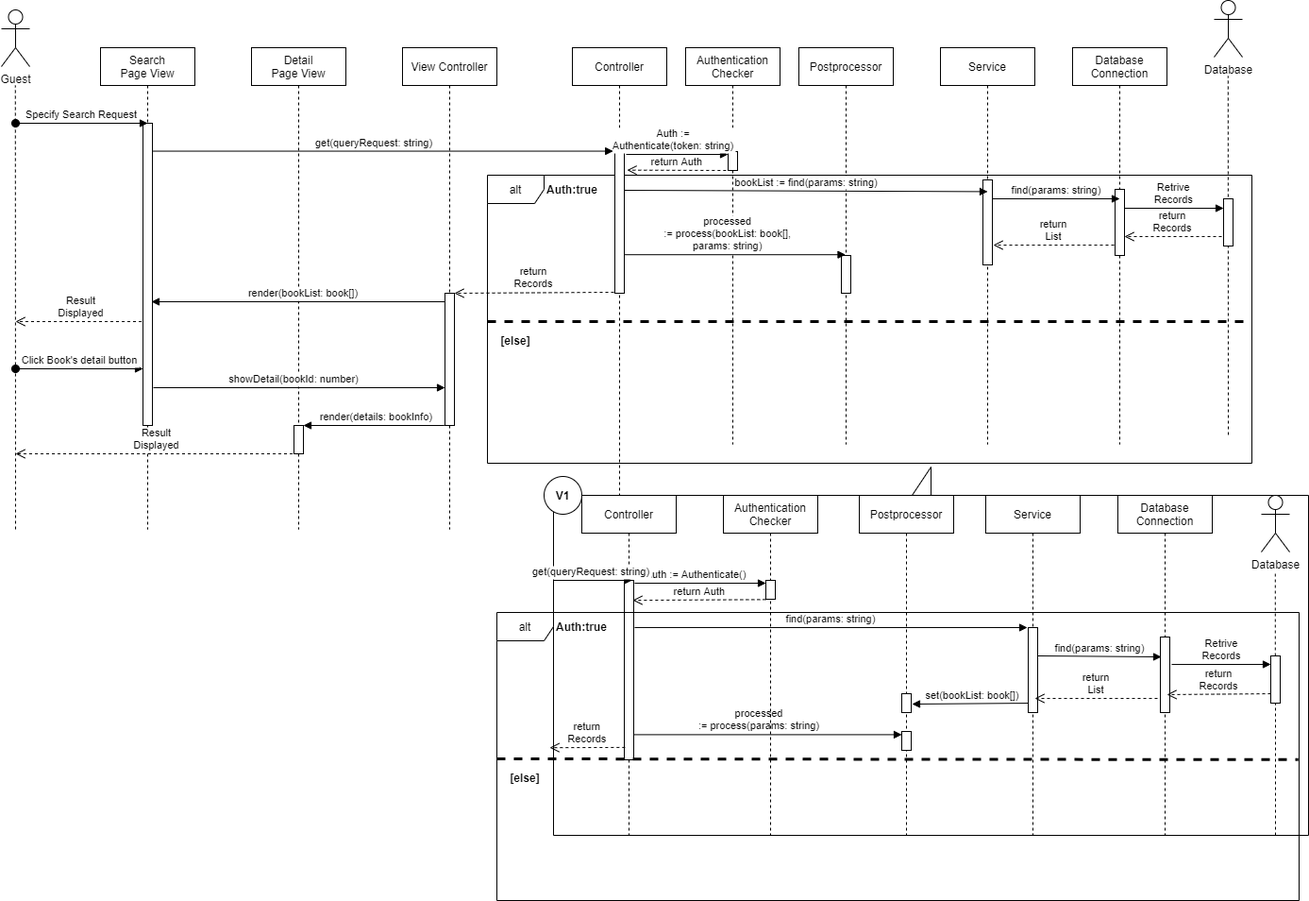
Earlier version of the draw.io export docs/SequenceDiagram/diagram_images/SD-UC-08.png (youngkwon02/Enhanced-library-management). Source tidied: cells renumbered, new cells last; positions are measured from the earlier drawing's top-left corner, leaving out a move shared by most shapes.
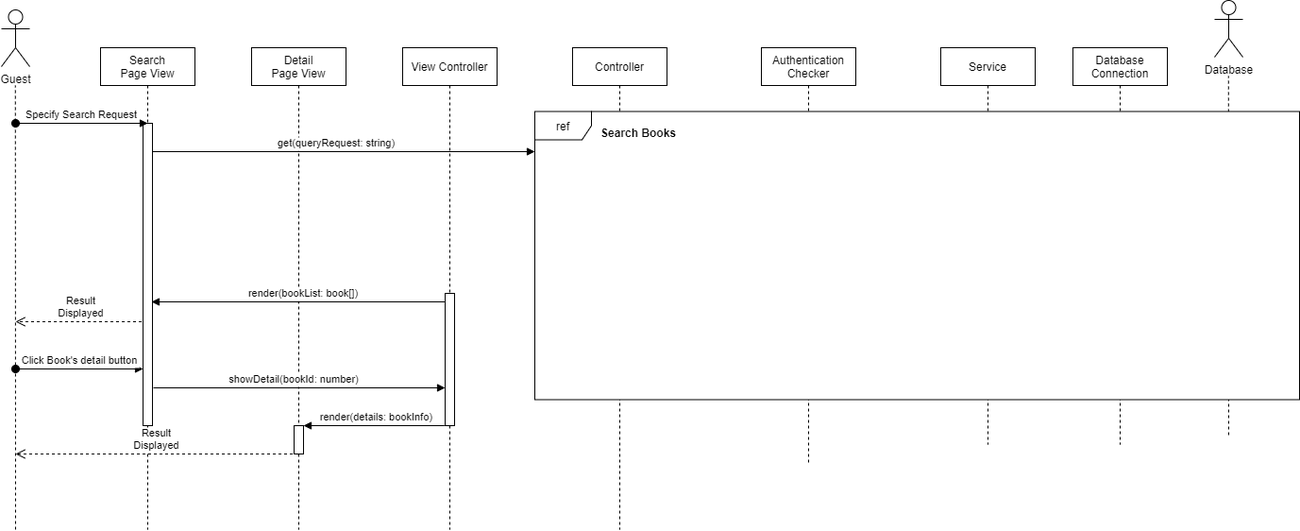
After the change.

Diff of the diagram source:
```diff
@@ -2,55 +2,24 @@
   <root>
     <mxCell id="0" />
     <mxCell id="1" parent="0" />
-    <mxCell id="2" value="alt" style="shape=umlFrame;whiteSpace=wrap;html=1;" parent="1" vertex="1">
-      <mxGeometry x="515" y="185" width="810" height="305" as="geometry" />
-    </mxCell>
+    <mxCell id="10" value="Controller" style="shape=umlLifeline;perimeter=lifelinePerimeter;rounded=0;shadow=0;strokeWidth=1;" parent="1" vertex="1">
+      <mxGeometry x="605" y="50" width="100" height="510" as="geometry" />
+    </mxCell>
     <mxCell id="3" value="Database&#10;Connection" style="shape=umlLifeline;perimeter=lifelinePerimeter;rounded=0;shadow=0;strokeWidth=1;" parent="1" vertex="1">
       <mxGeometry x="1135" y="50" width="100" height="420" as="geometry" />
     </mxCell>
-    <mxCell id="4" style="points=[];perimeter=orthogonalPerimeter;rounded=0;shadow=0;strokeWidth=1;" parent="3" vertex="1">
-      <mxGeometry x="45" y="150" width="10" height="70" as="geometry" />
-    </mxCell>
     <mxCell id="5" value="Service" style="shape=umlLifeline;perimeter=lifelinePerimeter;rounded=0;shadow=0;strokeWidth=1;" parent="1" vertex="1">
       <mxGeometry x="995" y="50" width="100" height="420" as="geometry" />
     </mxCell>
-    <mxCell id="6" style="points=[];perimeter=orthogonalPerimeter;rounded=0;shadow=0;strokeWidth=1;" parent="5" vertex="1">
-      <mxGeometry x="45" y="140" width="10" height="90" as="geometry" />
-    </mxCell>
     <mxCell id="7" value="Authentication&#10;Checker" style="shape=umlLifeline;perimeter=lifelinePerimeter;rounded=0;shadow=0;strokeWidth=1;" parent="1" vertex="1">
-      <mxGeometry x="725" y="50" width="100" height="420" as="geometry" />
+      <mxGeometry x="805" y="50" width="100" height="440" as="geometry" />
     </mxCell>
-    <mxCell id="8" style="perimeter=orthogonalPerimeter;rounded=0;shadow=0;strokeWidth=1;" parent="7" vertex="1">
-      <mxGeometry x="45" y="110" width="10" height="20" as="geometry" />
-    </mxCell>
     <mxCell id="9" value="View Controller" style="shape=umlLifeline;perimeter=lifelinePerimeter;rounded=0;shadow=0;strokeWidth=1;" parent="1" vertex="1">
       <mxGeometry x="425" y="50" width="100" height="510" as="geometry" />
     </mxCell>
-    <mxCell id="10" value="Controller" style="shape=umlLifeline;perimeter=lifelinePerimeter;rounded=0;shadow=0;strokeWidth=1;" parent="1" vertex="1">
-      <mxGeometry x="605" y="50" width="100" height="510" as="geometry" />
-    </mxCell>
-    <mxCell id="11" style="points=[];perimeter=orthogonalPerimeter;rounded=0;shadow=0;strokeWidth=1;" parent="10" vertex="1">
-      <mxGeometry x="45" y="110" width="10" height="150" as="geometry" />
-    </mxCell>
-    <mxCell id="12" value="Postprocessor" style="shape=umlLifeline;perimeter=lifelinePerimeter;rounded=0;shadow=0;strokeWidth=1;" parent="1" vertex="1">
-      <mxGeometry x="845" y="50" width="100" height="420" as="geometry" />
-    </mxCell>
-    <mxCell id="13" style="perimeter=orthogonalPerimeter;rounded=0;shadow=0;strokeWidth=1;" parent="12" vertex="1">
-      <mxGeometry x="45" y="220" width="10" height="40" as="geometry" />
-    </mxCell>
-    <mxCell id="14" value="find(params: string)" style="verticalAlign=bottom;endArrow=block;shadow=0;strokeWidth=1;entryX=-0.1;entryY=0.25;entryDx=0;entryDy=0;entryPerimeter=0;" parent="12" edge="1" source="6">
-      <mxGeometry relative="1" as="geometry">
-        <mxPoint x="340" y="160" as="targetPoint" />
-      </mxGeometry>
-    </mxCell>
     <mxCell id="15" value="Guest" style="shape=umlActor;verticalLabelPosition=bottom;verticalAlign=top;html=1;" parent="1" vertex="1">
       <mxGeometry y="10" width="30" height="60" as="geometry" />
     </mxCell>
-    <mxCell id="16" value="bookList := find(params: string)" style="verticalAlign=bottom;endArrow=block;shadow=0;strokeWidth=1;entryX=0.5;entryY=0.138;entryDx=0;entryDy=0;entryPerimeter=0;" parent="1" edge="1" target="6">
-      <mxGeometry relative="1" as="geometry">
-        <mxPoint x="660" y="201" as="sourcePoint" />
-      </mxGeometry>
-    </mxCell>
     <mxCell id="17" value="Database" style="shape=umlActor;verticalLabelPosition=bottom;verticalAlign=top;html=1;" parent="1" vertex="1">
       <mxGeometry x="1285" width="30" height="60" as="geometry" />
     </mxCell>
@@ -69,96 +38,11 @@
     <mxCell id="20" style="points=[];perimeter=orthogonalPerimeter;rounded=0;shadow=0;strokeWidth=1;" parent="1" vertex="1">
       <mxGeometry x="470" y="310" width="10" height="140" as="geometry" />
     </mxCell>
-    <mxCell id="21" value="Retrive&#10;Records" style="verticalAlign=bottom;endArrow=block;shadow=0;strokeWidth=1;exitX=1.027;exitY=0.324;exitDx=0;exitDy=0;exitPerimeter=0;" parent="1" edge="1">
-      <mxGeometry relative="1" as="geometry">
-        <mxPoint x="1190.3" y="220" as="sourcePoint" />
-        <mxPoint x="1295" y="220" as="targetPoint" />
-      </mxGeometry>
-    </mxCell>
-    <mxCell id="22" style="points=[];perimeter=orthogonalPerimeter;rounded=0;shadow=0;strokeWidth=1;" parent="1" vertex="1">
-      <mxGeometry x="1295" y="210" width="10" height="50" as="geometry" />
-    </mxCell>
-    <mxCell id="23" value="return&#10;Records" style="verticalAlign=bottom;endArrow=open;dashed=1;endSize=8;shadow=0;strokeWidth=1;exitX=-0.2;exitY=0.8;exitDx=0;exitDy=0;exitPerimeter=0;" parent="1" edge="1" source="22" target="4">
-      <mxGeometry relative="1" as="geometry" />
-    </mxCell>
-    <mxCell id="24" value="processed &#10;:= process(bookList: book[], &#10;params: string)" style="verticalAlign=bottom;endArrow=block;shadow=0;strokeWidth=1;exitX=1.066;exitY=0.588;exitDx=0;exitDy=0;exitPerimeter=0;" parent="1" edge="1" target="12">
-      <mxGeometry x="-0.07" relative="1" as="geometry">
-        <mxPoint x="660.7" y="269.2" as="sourcePoint" />
-      </mxGeometry>
-    </mxCell>
-    <mxCell id="25" value="return&#10;Records" style="verticalAlign=bottom;endArrow=open;dashed=1;endSize=8;shadow=0;strokeWidth=1;exitX=-0.1;exitY=0.993;exitDx=0;exitDy=0;exitPerimeter=0;" parent="1" edge="1" source="11" target="20">
-      <mxGeometry relative="1" as="geometry" />
-    </mxCell>
     <mxCell id="26" value="Result&#10;Displayed" style="verticalAlign=bottom;endArrow=open;dashed=1;endSize=8;shadow=0;strokeWidth=1;" parent="1" edge="1" source="46">
       <mxGeometry relative="1" as="geometry">
         <mxPoint x="15" y="340" as="targetPoint" />
       </mxGeometry>
     </mxCell>
-    <mxCell id="27" style="shape=callout;whiteSpace=wrap;html=1;perimeter=calloutPerimeter;rotation=-180;" parent="1" vertex="1">
-      <mxGeometry x="585" y="494" width="800" height="390" as="geometry" />
-    </mxCell>
-    <mxCell id="28" value="Controller" style="shape=umlLifeline;perimeter=lifelinePerimeter;rounded=0;shadow=0;strokeWidth=1;" parent="1" vertex="1">
-      <mxGeometry x="615" y="524" width="100" height="360" as="geometry" />
-    </mxCell>
-    <mxCell id="29" style="points=[];perimeter=orthogonalPerimeter;rounded=0;shadow=0;strokeWidth=1;" parent="28" vertex="1">
-      <mxGeometry x="45" y="90" width="10" height="190" as="geometry" />
-    </mxCell>
-    <mxCell id="30" value="Postprocessor" style="shape=umlLifeline;perimeter=lifelinePerimeter;rounded=0;shadow=0;strokeWidth=1;" parent="1" vertex="1">
-      <mxGeometry x="909" y="524" width="100" height="360" as="geometry" />
-    </mxCell>
-    <mxCell id="31" style="perimeter=orthogonalPerimeter;rounded=0;shadow=0;strokeWidth=1;" parent="30" vertex="1">
-      <mxGeometry x="45" y="210" width="10" height="20" as="geometry" />
-    </mxCell>
-    <mxCell id="32" style="points=[];perimeter=orthogonalPerimeter;rounded=0;shadow=0;strokeWidth=1;" parent="30" vertex="1">
-      <mxGeometry x="45" y="250" width="10" height="20" as="geometry" />
-    </mxCell>
-    <mxCell id="33" value="Database&#10;Connection" style="shape=umlLifeline;perimeter=lifelinePerimeter;rounded=0;shadow=0;strokeWidth=1;" parent="1" vertex="1">
-      <mxGeometry x="1183" y="524" width="100" height="360" as="geometry" />
-    </mxCell>
-    <mxCell id="34" style="points=[];perimeter=orthogonalPerimeter;rounded=0;shadow=0;strokeWidth=1;" parent="33" vertex="1">
-      <mxGeometry x="45" y="150" width="10" height="80" as="geometry" />
-    </mxCell>
-    <mxCell id="35" value="find(params: string)" style="verticalAlign=bottom;endArrow=block;shadow=0;strokeWidth=1;exitX=1.2;exitY=0.263;exitDx=0;exitDy=0;exitPerimeter=0;" parent="1" edge="1">
-      <mxGeometry relative="1" as="geometry">
-        <mxPoint x="671" y="664" as="sourcePoint" />
-        <mxPoint x="1087" y="664" as="targetPoint" />
-      </mxGeometry>
-    </mxCell>
-    <mxCell id="36" style="endArrow=none;dashed=1;html=1;startArrow=none;" parent="1" edge="1">
-      <mxGeometry relative="1" as="geometry">
-        <mxPoint x="1350" y="884" as="sourcePoint" />
-        <mxPoint x="1350" y="744" as="targetPoint" />
-      </mxGeometry>
-    </mxCell>
-    <mxCell id="37" value="Retrive&#10;Records" style="verticalAlign=bottom;endArrow=block;shadow=0;strokeWidth=1;exitX=1.2;exitY=0.363;exitDx=0;exitDy=0;exitPerimeter=0;" parent="1" edge="1" source="34">
-      <mxGeometry relative="1" as="geometry">
-        <mxPoint x="1345" y="703" as="targetPoint" />
-      </mxGeometry>
-    </mxCell>
-    <mxCell id="38" value="return&#10;Records" style="verticalAlign=bottom;endArrow=open;dashed=1;endSize=8;exitX=-0.026;exitY=1.002;shadow=0;strokeWidth=1;exitDx=0;exitDy=0;exitPerimeter=0;" parent="1" edge="1">
-      <mxGeometry relative="1" as="geometry">
-        <mxPoint x="1345" y="734" as="sourcePoint" />
-        <mxPoint x="1235" y="735" as="targetPoint" />
-      </mxGeometry>
-    </mxCell>
-    <mxCell id="39" value="set(bookList: book[])" style="verticalAlign=bottom;endArrow=block;shadow=0;strokeWidth=1;" parent="1" edge="1">
-      <mxGeometry relative="1" as="geometry">
-        <mxPoint x="1094" y="744" as="sourcePoint" />
-        <mxPoint x="965" y="745" as="targetPoint" />
-      </mxGeometry>
-    </mxCell>
-    <mxCell id="40" value="processed &#10;:= process(params: string)" style="verticalAlign=bottom;endArrow=block;shadow=0;strokeWidth=1;exitX=1;exitY=0.86;exitDx=0;exitDy=0;exitPerimeter=0;" parent="1" edge="1" source="29" target="32">
-      <mxGeometry x="-0.07" relative="1" as="geometry" />
-    </mxCell>
-    <mxCell id="41" value="return&#10;Records" style="verticalAlign=bottom;endArrow=open;dashed=1;endSize=8;shadow=0;strokeWidth=1;exitX=0.083;exitY=0.931;exitDx=0;exitDy=0;exitPerimeter=0;entryX=1.005;entryY=0.238;entryDx=0;entryDy=0;entryPerimeter=0;" parent="1" edge="1" source="29" target="27">
-      <mxGeometry relative="1" as="geometry" />
-    </mxCell>
-    <mxCell id="42" style="ellipse;whiteSpace=wrap;html=1;" parent="1" vertex="1">
-      <mxGeometry x="575" y="504" width="40" height="40" as="geometry" />
-    </mxCell>
-    <mxCell id="43" value="&lt;b&gt;V1&lt;/b&gt;" style="text;html=1;strokeColor=none;fillColor=none;align=center;verticalAlign=middle;whiteSpace=wrap;rounded=0;" parent="1" vertex="1">
-      <mxGeometry x="575" y="514" width="40" height="20" as="geometry" />
-    </mxCell>
     <mxCell id="44" value="Detail&#10;Page View" style="shape=umlLifeline;perimeter=lifelinePerimeter;rounded=0;shadow=0;strokeWidth=1;" parent="1" vertex="1">
       <mxGeometry x="265" y="50" width="100" height="510" as="geometry" />
     </mxCell>
@@ -177,8 +61,10 @@
         <mxPoint x="155" y="130" as="targetPoint" />
       </mxGeometry>
     </mxCell>
-    <mxCell id="49" value="get(queryRequest: string)" style="verticalAlign=bottom;endArrow=block;shadow=0;strokeWidth=1;entryX=-0.18;entryY=-0.003;entryDx=0;entryDy=0;entryPerimeter=0;" parent="1" edge="1" source="47" target="11">
-      <mxGeometry x="-0.04" relative="1" as="geometry" />
+    <mxCell id="49" value="get(queryRequest: string)" style="verticalAlign=bottom;endArrow=block;shadow=0;strokeWidth=1;" parent="1" edge="1" source="47">
+      <mxGeometry x="-0.04" relative="1" as="geometry">
+        <mxPoint x="565" y="160" as="targetPoint" />
+      </mxGeometry>
     </mxCell>
     <mxCell id="50" value="render(bookList: book[])" style="verticalAlign=bottom;endArrow=block;shadow=0;strokeWidth=1;" parent="1" edge="1" source="20">
       <mxGeometry x="-0.04" relative="1" as="geometry">
@@ -206,94 +92,11 @@
         <mxPoint x="15" y="480" as="targetPoint" />
       </mxGeometry>
     </mxCell>
-    <mxCell id="55" value="Auth := &#10;Authenticate(token: string)" style="verticalAlign=bottom;endArrow=block;shadow=0;strokeWidth=1;" parent="1" edge="1">
-      <mxGeometry x="-0.07" relative="1" as="geometry">
-        <mxPoint x="662" y="163" as="sourcePoint" />
-        <mxPoint x="770" y="163" as="targetPoint" />
-      </mxGeometry>
-    </mxCell>
-    <mxCell id="56" value="return Auth" style="verticalAlign=bottom;endArrow=open;dashed=1;endSize=8;shadow=0;strokeWidth=1;exitX=0.083;exitY=0.931;exitDx=0;exitDy=0;exitPerimeter=0;entryX=1.3;entryY=0.131;entryDx=0;entryDy=0;entryPerimeter=0;" parent="1" edge="1" target="11">
-      <mxGeometry relative="1" as="geometry">
-        <mxPoint x="767.8" y="180" as="sourcePoint" />
-      </mxGeometry>
-    </mxCell>
-    <mxCell id="57" value="return&#10;List" style="verticalAlign=bottom;endArrow=open;dashed=1;endSize=8;shadow=0;strokeWidth=1;exitX=-0.1;exitY=0.843;exitDx=0;exitDy=0;exitPerimeter=0;entryX=1.1;entryY=0.767;entryDx=0;entryDy=0;entryPerimeter=0;" parent="1" edge="1" source="4" target="6">
-      <mxGeometry relative="1" as="geometry" />
-    </mxCell>
-    <mxCell id="58" value="Database" style="shape=umlActor;verticalLabelPosition=bottom;verticalAlign=top;html=1;" parent="1" vertex="1">
-      <mxGeometry x="1335" y="524" width="30" height="60" as="geometry" />
-    </mxCell>
-    <mxCell id="59" style="endArrow=none;dashed=1;html=1;startArrow=none;" parent="1" edge="1" source="60">
-      <mxGeometry relative="1" as="geometry">
-        <mxPoint x="1349.8" y="604" as="targetPoint" />
-      </mxGeometry>
-    </mxCell>
-    <mxCell id="60" style="points=[];perimeter=orthogonalPerimeter;rounded=0;shadow=0;strokeWidth=1;" parent="1" vertex="1">
-      <mxGeometry x="1345" y="694" width="10" height="50" as="geometry" />
-    </mxCell>
-    <mxCell id="61" value="Service" style="shape=umlLifeline;perimeter=lifelinePerimeter;rounded=0;shadow=0;strokeWidth=1;" parent="1" vertex="1">
-      <mxGeometry x="1043" y="524" width="100" height="360" as="geometry" />
-    </mxCell>
-    <mxCell id="62" style="points=[];perimeter=orthogonalPerimeter;rounded=0;shadow=0;strokeWidth=1;" parent="61" vertex="1">
-      <mxGeometry x="45" y="140" width="10" height="90" as="geometry" />
-    </mxCell>
-    <mxCell id="63" value="find(params: string)" style="verticalAlign=bottom;endArrow=block;shadow=0;strokeWidth=1;entryX=0.1;entryY=0.263;entryDx=0;entryDy=0;entryPerimeter=0;exitX=1;exitY=0.333;exitDx=0;exitDy=0;exitPerimeter=0;" parent="1" edge="1" source="62" target="34">
-      <mxGeometry relative="1" as="geometry" />
-    </mxCell>
-    <mxCell id="64" value="return&#10;List" style="verticalAlign=bottom;endArrow=open;dashed=1;endSize=8;shadow=0;strokeWidth=1;entryX=1.1;entryY=0.767;entryDx=0;entryDy=0;entryPerimeter=0;" parent="1" edge="1">
-      <mxGeometry relative="1" as="geometry">
-        <mxPoint x="1225" y="739" as="sourcePoint" />
-        <mxPoint x="1095" y="739" as="targetPoint" />
-      </mxGeometry>
-    </mxCell>
-    <mxCell id="65" value="Authentication&#10;Checker" style="shape=umlLifeline;perimeter=lifelinePerimeter;rounded=0;shadow=0;strokeWidth=1;" parent="1" vertex="1">
-      <mxGeometry x="765" y="524" width="100" height="360" as="geometry" />
-    </mxCell>
-    <mxCell id="66" style="perimeter=orthogonalPerimeter;rounded=0;shadow=0;strokeWidth=1;" parent="65" vertex="1">
-      <mxGeometry x="45" y="90" width="10" height="20" as="geometry" />
-    </mxCell>
-    <mxCell id="67" value="Auth := Authenticate()" style="verticalAlign=bottom;endArrow=block;shadow=0;strokeWidth=1;" parent="1" edge="1">
-      <mxGeometry x="-0.07" relative="1" as="geometry">
-        <mxPoint x="671" y="617" as="sourcePoint" />
-        <mxPoint x="810" y="617" as="targetPoint" />
-      </mxGeometry>
-    </mxCell>
-    <mxCell id="68" value="return Auth" style="verticalAlign=bottom;endArrow=open;dashed=1;endSize=8;shadow=0;strokeWidth=1;exitX=0.083;exitY=0.931;exitDx=0;exitDy=0;exitPerimeter=0;entryX=0.9;entryY=0.111;entryDx=0;entryDy=0;entryPerimeter=0;" parent="1" edge="1" target="29">
-      <mxGeometry relative="1" as="geometry">
-        <mxPoint x="809.8" y="634.4" as="sourcePoint" />
-      </mxGeometry>
-    </mxCell>
-    <mxCell id="69" value="get(queryRequest: string)" style="verticalAlign=bottom;endArrow=block;shadow=0;strokeWidth=1;entryX=-0.18;entryY=-0.003;entryDx=0;entryDy=0;entryPerimeter=0;" parent="1" edge="1">
-      <mxGeometry x="-0.04" relative="1" as="geometry">
-        <mxPoint x="585" y="614" as="sourcePoint" />
-        <mxPoint x="668.2" y="614" as="targetPoint" />
-      </mxGeometry>
-    </mxCell>
-    <mxCell id="70" value="&lt;b&gt;Auth:true&lt;/b&gt;" style="text;html=1;strokeColor=none;fillColor=none;align=center;verticalAlign=middle;whiteSpace=wrap;rounded=0;" parent="1" vertex="1">
-      <mxGeometry x="585" y="190" width="40" height="20" as="geometry" />
-    </mxCell>
-    <mxCell id="71" style="endArrow=none;dashed=1;html=1;strokeWidth=3;" parent="1" edge="1">
-      <mxGeometry relative="1" as="geometry">
-        <mxPoint x="515" y="340" as="sourcePoint" />
-        <mxPoint x="1325" y="340" as="targetPoint" />
-      </mxGeometry>
-    </mxCell>
-    <mxCell id="72" value="&lt;b&gt;[else]&lt;/b&gt;" style="text;html=1;strokeColor=none;fillColor=none;align=center;verticalAlign=middle;whiteSpace=wrap;rounded=0;" parent="1" vertex="1">
-      <mxGeometry x="525" y="350" width="40" height="20" as="geometry" />
-    </mxCell>
-    <mxCell id="73" value="alt" style="shape=umlFrame;whiteSpace=wrap;html=1;" parent="1" vertex="1">
-      <mxGeometry x="525" y="648" width="850" height="305" as="geometry" />
-    </mxCell>
-    <mxCell id="74" value="&lt;b&gt;Auth:true&lt;/b&gt;" style="text;html=1;strokeColor=none;fillColor=none;align=center;verticalAlign=middle;whiteSpace=wrap;rounded=0;" parent="1" vertex="1">
-      <mxGeometry x="595" y="653" width="40" height="20" as="geometry" />
-    </mxCell>
-    <mxCell id="75" style="endArrow=none;dashed=1;html=1;strokeWidth=3;entryX=0.999;entryY=0.511;entryDx=0;entryDy=0;entryPerimeter=0;" parent="1" edge="1" target="73">
-      <mxGeometry relative="1" as="geometry">
-        <mxPoint x="525" y="803" as="sourcePoint" />
-      </mxGeometry>
-    </mxCell>
-    <mxCell id="76" value="&lt;b&gt;[else]&lt;/b&gt;" style="text;html=1;strokeColor=none;fillColor=none;align=center;verticalAlign=middle;whiteSpace=wrap;rounded=0;" parent="1" vertex="1">
-      <mxGeometry x="535" y="813" width="40" height="20" as="geometry" />
-    </mxCell>
+    <mxCell id="2" value="ref" style="shape=umlFrame;whiteSpace=wrap;html=1;fillColor=#FFFFFF;swimlaneFillColor=#ffffff;" parent="1" vertex="1">
+      <mxGeometry x="565" y="117.5" width="810" height="305" as="geometry" />
+    </mxCell>
+    <mxCell id="77" value="&lt;b&gt;Search Books&lt;/b&gt;" style="text;html=1;strokeColor=none;fillColor=none;align=center;verticalAlign=middle;whiteSpace=wrap;rounded=0;" parent="1" vertex="1">
+      <mxGeometry x="625" y="130" width="100" height="20" as="geometry" />
+    </mxCell>
   </root>
 </mxGraphModel>
```
